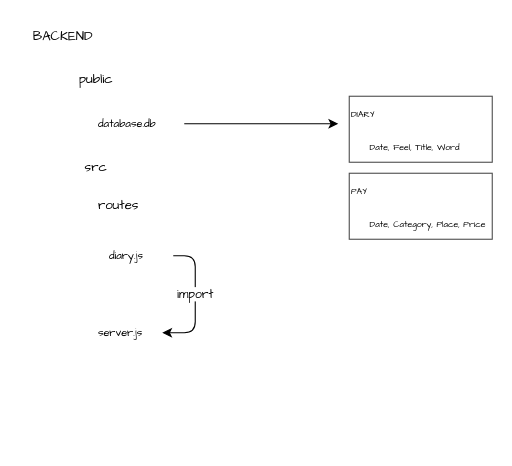
This is about/backend.dio from noguri98/BulletJournal, a draw.io file, before an edit. Source tidied: cells renumbered, new cells numbered last; positions are measured from the earlier drawing's top-left corner, leaving out a move shared by most shapes. Both pictures are drawn from the tidied source at 110%, with x=0, y=0 at pixel (19, 19).
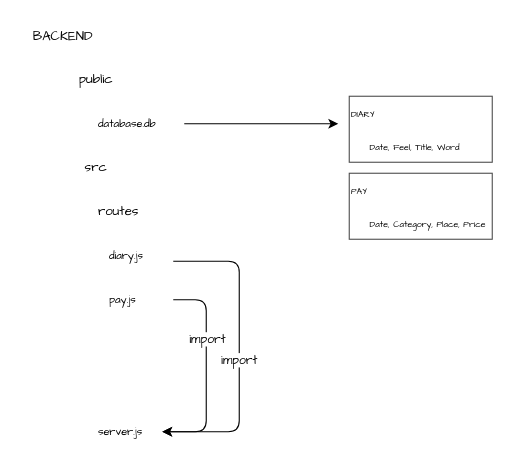
The same page after the edit.

The change refers to these unchanged cells:
```xml
<mxCell id="16" value="&lt;span style=&quot;font-size: 10px;&quot;&gt;diary.js&lt;/span&gt;" style="text;html=1;strokeColor=none;fillColor=none;align=left;verticalAlign=middle;whiteSpace=wrap;rounded=0;fontFamily=Comic Sans MS;fontSize=12;" parent="1" vertex="1">
  <mxGeometry x="80" y="200" width="60" height="30" as="geometry" />
</mxCell>
```

The edit, as a diff of the source:
```diff
@@
     <mxCell id="13" value="&lt;span style=&quot;font-size: 10px;&quot;&gt;server.js&lt;/span&gt;" style="text;html=1;strokeColor=none;fillColor=none;align=left;verticalAlign=middle;whiteSpace=wrap;rounded=0;fontFamily=Comic Sans MS;fontSize=12;" parent="1" vertex="1">
-      <mxGeometry x="70" y="270" width="60" height="30" as="geometry" />
+      <mxGeometry x="70" y="360" width="60" height="30" as="geometry" />
     </mxCell>
     <mxCell id="14" value="routes" style="text;html=1;strokeColor=none;fillColor=none;align=left;verticalAlign=middle;whiteSpace=wrap;rounded=0;fontFamily=Comic Sans MS;" parent="1" vertex="1">
-      <mxGeometry x="70" y="155" width="60" height="30" as="geometry" />
+      <mxGeometry x="70" y="160" width="60" height="30" as="geometry" />
     </mxCell>
-    <mxCell id="15" value="&lt;font face=&quot;Comic Sans MS&quot;&gt;import&lt;/font&gt;" style="edgeStyle=none;html=1;entryX=1;entryY=0.5;entryDx=0;entryDy=0;" parent="1" edge="1" source="16" target="13">
-      <mxGeometry x="-0.08" relative="1" as="geometry">
+    <mxCell id="15" value="&lt;font face=&quot;Comic Sans MS&quot;&gt;import&lt;/font&gt;" style="edgeStyle=none;html=1;entryX=1;entryY=0.5;entryDx=0;entryDy=0;" parent="1" edge="1" target="13">
+      <mxGeometry x="0.05" relative="1" as="geometry">
+        <mxPoint x="140" y="220" as="sourcePoint" />
         <Array as="points">
-          <mxPoint x="160" y="215" />
-          <mxPoint x="160" y="285" />
+          <mxPoint x="200" y="220" />
+          <mxPoint x="200" y="375" />
         </Array>
       </mxGeometry>
     </mxCell>
@@
+    <mxCell id="17" style="edgeStyle=none;html=1;exitX=1;exitY=0.5;exitDx=0;exitDy=0;entryX=1;entryY=0.5;entryDx=0;entryDy=0;" parent="1" edge="1" source="19" target="13">
+      <mxGeometry relative="1" as="geometry">
+        <Array as="points">
+          <mxPoint x="170" y="255" />
+          <mxPoint x="170" y="300" />
+          <mxPoint x="170" y="375" />
+        </Array>
+      </mxGeometry>
+    </mxCell>
+    <mxCell id="18" value="&lt;font face=&quot;Comic Sans MS&quot;&gt;import&lt;/font&gt;" style="edgeLabel;html=1;align=center;verticalAlign=middle;" parent="17" vertex="1">
+      <mxGeometry x="-0.08" relative="1" as="geometry">
+        <mxPoint y="-22" as="offset" />
+      </mxGeometry>
+    </mxCell>
+    <mxCell id="19" value="&lt;span style=&quot;font-size: 10px;&quot;&gt;pay.js&lt;/span&gt;" style="text;html=1;strokeColor=none;fillColor=none;align=left;verticalAlign=middle;whiteSpace=wrap;rounded=0;fontFamily=Comic Sans MS;fontSize=12;" parent="1" vertex="1">
+      <mxGeometry x="80" y="240" width="60" height="30" as="geometry" />
+    </mxCell>
```
